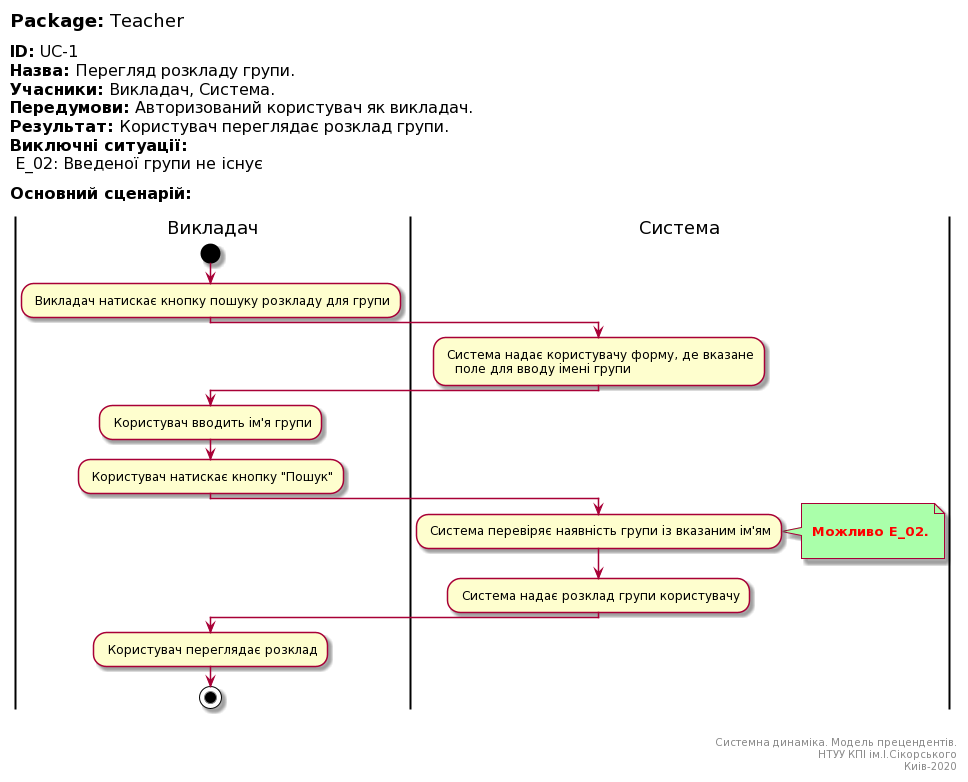
Above: docs/UML_Diagrams/scenarios/teacher/diagrams/UC-1.png in vladlinu/TeamOne (PlantUML), before the change.
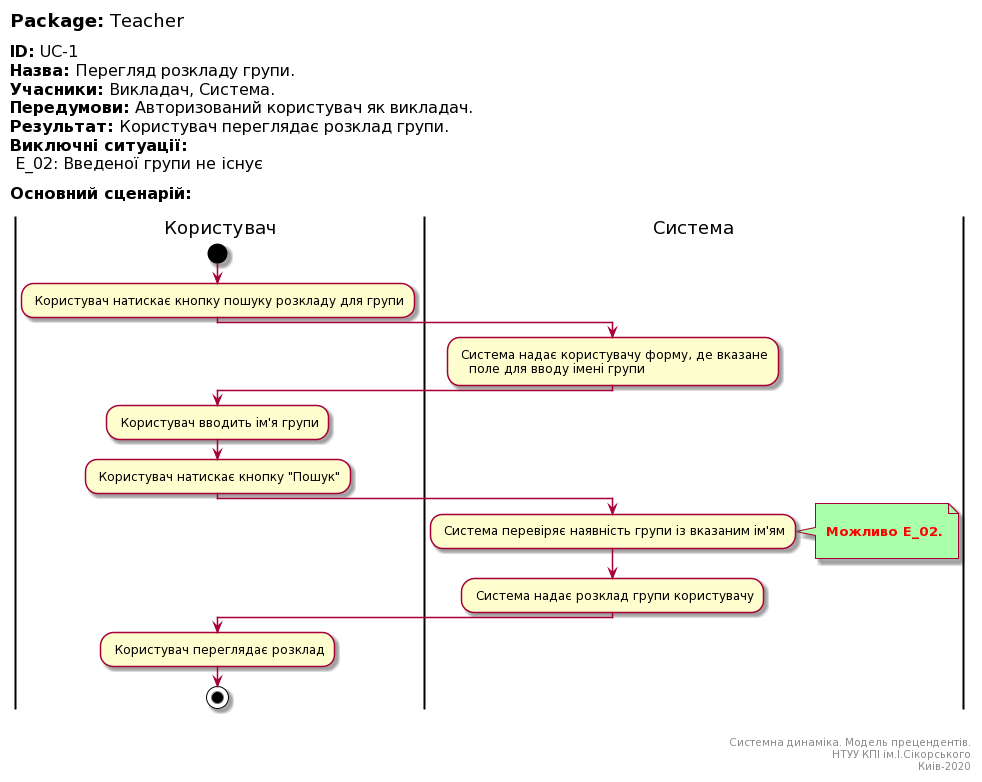
After the commit.

What changed in the source:
```diff
@@ -14,15 +14,15 @@
 
 end header
 
-|Викладач|
+|Користувач|
 start
-: Викладач натискає кнопку пошуку розкладу для групи;
+: Користувач натискає кнопку пошуку розкладу для групи;
 
 |Система|
 : Система надає користувачу форму, де вказане
    поле для вводу імені групи;
 
-|Викладач|
+|Користувач|
 : Користувач вводить ім'я групи;
 
 : Користувач натискає кнопку "Пошук";
@@ -37,7 +37,7 @@
 
 : Система надає розклад групи користувачу;
 
-|Викладач|
+|Користувач|
 
 : Користувач переглядає розклад;
 
```
